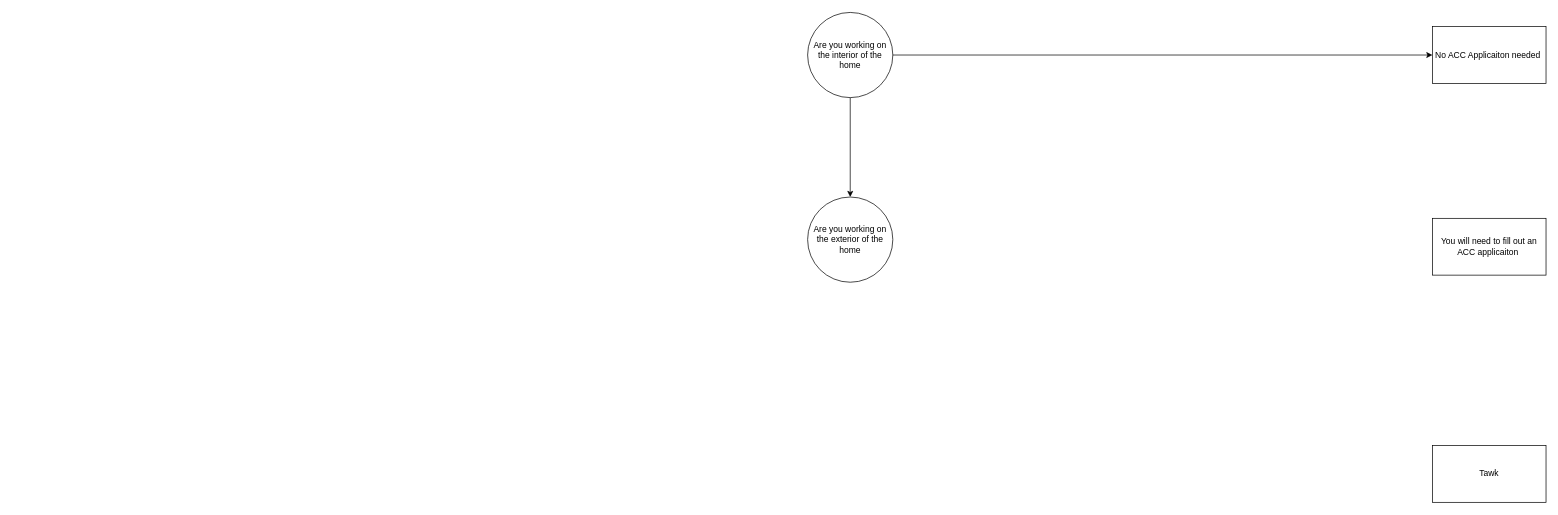
SegNova/approval keeps this draw.io diagram as page "Page-2" (2 of 2) of Photos/Untitled Diagram.drawio. Above is the earlier version. Source tidied: cells renumbered, new cells numbered last; positions are measured from the earlier drawing's top-left corner, leaving out a move shared by most shapes. Both pictures are drawn from the tidied source at 71%, with x=0, y=0 at pixel (807, 12).
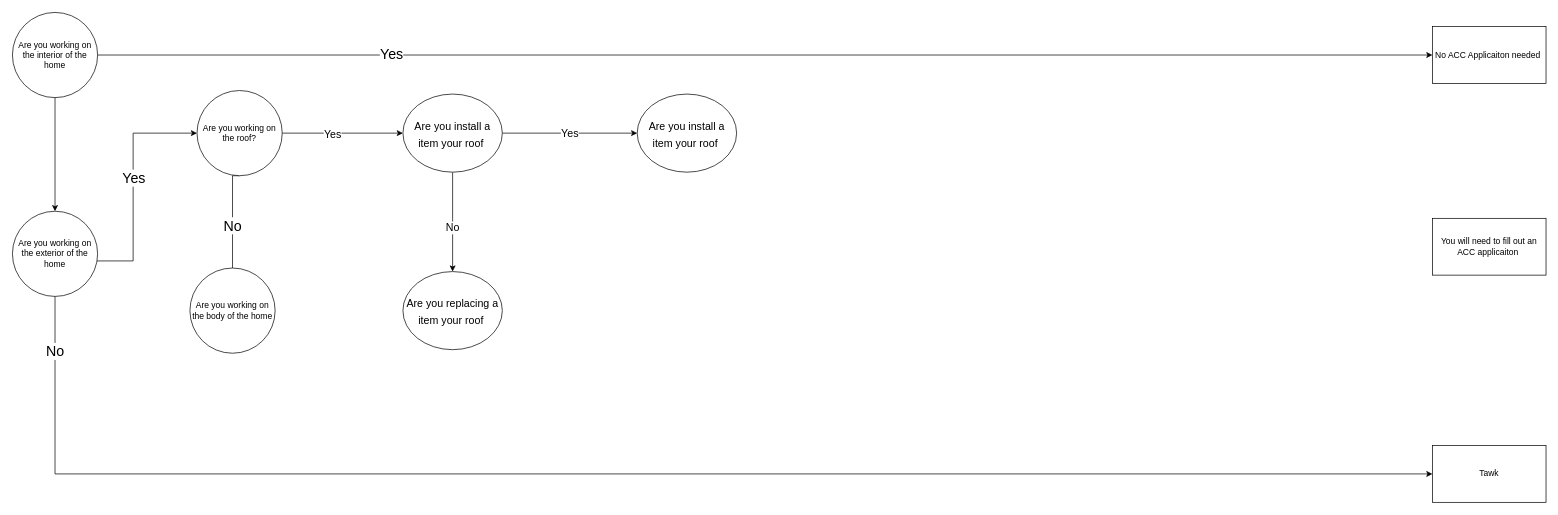
Above is the later version.

Unchanged cells that the change refers to:
```xml
<mxCell id="3" value="Tawk" style="rounded=0;whiteSpace=wrap;html=1;" parent="1" vertex="1">
  <mxGeometry x="880" y="610" width="160" height="80" as="geometry" />
</mxCell>
<mxCell id="6" style="edgeStyle=orthogonalEdgeStyle;rounded=0;jettySize=auto;html=1;entryX=0;entryY=0.5;entryDx=0;entryDy=0;" parent="1" edge="1" source="7" target="4">
  <mxGeometry relative="1" as="geometry" />
</mxCell>
```

Change to the diagram source:
```diff
@@
+    <mxCell id="9" value="&lt;font style=&quot;font-size: 20px;&quot;&gt;Yes&lt;/font&gt;" style="edgeLabel;html=1;align=center;verticalAlign=middle;" parent="6" vertex="1">
+      <mxGeometry x="-0.56" y="3" relative="1" as="geometry">
+        <mxPoint x="-1" as="offset" />
+      </mxGeometry>
+    </mxCell>
     <mxCell id="7" value="Are you working on the interior&amp;nbsp;of the home" style="ellipse;whiteSpace=wrap;html=1;" parent="1" vertex="1">
-      <mxGeometry width="120" height="120" as="geometry" />
+      <mxGeometry x="-1120" width="120" height="120" as="geometry" />
     </mxCell>
+    <mxCell id="10" style="edgeStyle=orthogonalEdgeStyle;rounded=0;jettySize=auto;html=1;entryX=0;entryY=0.5;entryDx=0;entryDy=0;exitX=0.5;exitY=1;exitDx=0;exitDy=0;" parent="1" edge="1" source="8" target="3">
+      <mxGeometry relative="1" as="geometry" />
+    </mxCell>
+    <mxCell id="11" value="No" style="edgeLabel;html=1;align=center;verticalAlign=middle;fontSize=20;" parent="10" vertex="1">
+      <mxGeometry x="-0.93" y="-1" relative="1" as="geometry">
+        <mxPoint y="-1" as="offset" />
+      </mxGeometry>
+    </mxCell>
+    <mxCell id="12" style="edgeStyle=orthogonalEdgeStyle;rounded=0;jettySize=auto;html=1;entryX=0;entryY=0.5;entryDx=0;entryDy=0;" parent="1" edge="1" source="8" target="17">
+      <mxGeometry relative="1" as="geometry">
+        <Array as="points">
+          <mxPoint x="-950" y="350" />
+          <mxPoint x="-950" y="170" />
+        </Array>
+      </mxGeometry>
+    </mxCell>
+    <mxCell id="13" value="Yes" style="edgeLabel;html=1;align=center;verticalAlign=middle;fontSize=20;" parent="12" vertex="1">
+      <mxGeometry x="0.05" relative="1" as="geometry" />
+    </mxCell>
     <mxCell id="8" value="Are you working on the exterior&amp;nbsp;of the home" style="ellipse;whiteSpace=wrap;html=1;" parent="1" vertex="1">
-      <mxGeometry y="260" width="120" height="120" as="geometry" />
+      <mxGeometry x="-1120" y="280" width="120" height="120" as="geometry" />
     </mxCell>
+    <mxCell id="14" value="&lt;font style=&quot;font-size: 20px;&quot;&gt;No&lt;/font&gt;" style="edgeStyle=orthogonalEdgeStyle;rounded=0;jettySize=auto;html=1;entryX=0.5;entryY=0;entryDx=0;entryDy=0;exitX=0.5;exitY=1;exitDx=0;exitDy=0;" parent="1" edge="1" source="17" target="18">
+      <mxGeometry relative="1" as="geometry">
+        <Array as="points">
+          <mxPoint x="-810" y="230" />
+          <mxPoint x="-810" y="370" />
+        </Array>
+      </mxGeometry>
+    </mxCell>
+    <mxCell id="15" style="edgeStyle=orthogonalEdgeStyle;rounded=0;jettySize=auto;html=1;fontSize=20;" parent="1" edge="1" source="17" target="21">
+      <mxGeometry relative="1" as="geometry" />
+    </mxCell>
+    <mxCell id="16" value="Yes" style="edgeLabel;html=1;align=center;verticalAlign=middle;fontSize=15;" parent="15" vertex="1">
+      <mxGeometry x="-0.18" relative="1" as="geometry" />
+    </mxCell>
+    <mxCell id="17" value="Are you working on the roof?" style="ellipse;whiteSpace=wrap;html=1;" parent="1" vertex="1">
+      <mxGeometry x="-860" y="110" width="120" height="120" as="geometry" />
+    </mxCell>
+    <mxCell id="18" value="Are you working on the body of the home" style="ellipse;whiteSpace=wrap;html=1;" parent="1" vertex="1">
+      <mxGeometry x="-870" y="360" width="120" height="120" as="geometry" />
+    </mxCell>
+    <mxCell id="19" value="No" style="edgeStyle=orthogonalEdgeStyle;rounded=0;jettySize=auto;html=1;fontSize=15;exitX=0.5;exitY=1;exitDx=0;exitDy=0;entryX=0.5;entryY=0;entryDx=0;entryDy=0;" parent="1" edge="1" source="21" target="22">
+      <mxGeometry x="0.11" relative="1" as="geometry">
+        <Array as="points">
+          <mxPoint x="-500" y="290" />
+          <mxPoint x="-500" y="290" />
+        </Array>
+      </mxGeometry>
+    </mxCell>
+    <mxCell id="20" value="Yes" style="edgeStyle=orthogonalEdgeStyle;rounded=0;jettySize=auto;html=1;fontSize=15;" parent="1" edge="1" source="21" target="23">
+      <mxGeometry relative="1" as="geometry" />
+    </mxCell>
+    <mxCell id="21" value="&lt;font style=&quot;font-size: 15px;&quot;&gt;Are you install a item your roof&amp;nbsp;&lt;/font&gt;" style="ellipse;whiteSpace=wrap;html=1;fontSize=20;" parent="1" vertex="1">
+      <mxGeometry x="-570" y="115" width="140" height="110" as="geometry" />
+    </mxCell>
+    <mxCell id="22" value="&lt;font style=&quot;font-size: 15px;&quot;&gt;Are you replacing a item your roof&amp;nbsp;&lt;/font&gt;" style="ellipse;whiteSpace=wrap;html=1;fontSize=20;" parent="1" vertex="1">
+      <mxGeometry x="-570" y="365" width="140" height="110" as="geometry" />
+    </mxCell>
+    <mxCell id="23" value="&lt;font style=&quot;font-size: 15px;&quot;&gt;Are you install a item your roof&amp;nbsp;&lt;/font&gt;" style="ellipse;whiteSpace=wrap;html=1;fontSize=20;" parent="1" vertex="1">
+      <mxGeometry x="-240" y="115" width="140" height="110" as="geometry" />
+    </mxCell>
```
